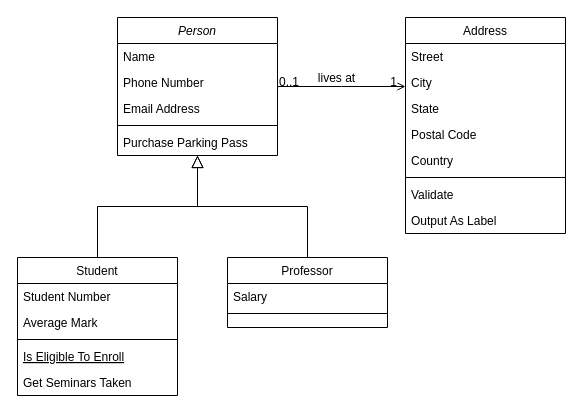
Before: Class Diagram.drawio in EdZ543/Cookie-Clicker-Simulation, a draw.io diagram. Source tidied: cells renumbered, new cells numbered last; positions are measured from the earlier drawing's top-left corner, leaving out a move shared by most shapes. Both pictures are drawn from the tidied source at 100%, with x=0, y=0 at pixel (17, 17).
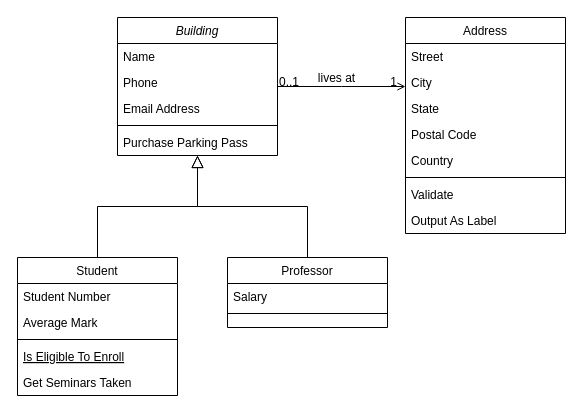
The same page after the edit.

What changed in the source:
```diff
@@
-    <mxCell id="2" value="Person" style="swimlane;fontStyle=2;align=center;verticalAlign=top;horizontal=1;startSize=26;rounded=0;shadow=0;strokeWidth=1;" parent="1" vertex="1">
+    <mxCell id="2" value="Building" style="swimlane;fontStyle=2;align=center;verticalAlign=top;horizontal=1;startSize=26;rounded=0;shadow=0;strokeWidth=1;" parent="1" vertex="1">
       <mxGeometry x="100" width="160" height="138" as="geometry" />
     </mxCell>
@@
-    <mxCell id="4" value="Phone Number" style="text;align=left;verticalAlign=top;spacingLeft=4;spacingRight=4;overflow=hidden;rounded=0;shadow=0;html=0;" parent="2" vertex="1">
+    <mxCell id="4" value="Phone" style="text;align=left;verticalAlign=top;spacingLeft=4;spacingRight=4;overflow=hidden;rounded=0;shadow=0;html=0;" parent="2" vertex="1">
       <mxGeometry y="52" width="160" height="26" as="geometry" />
     </mxCell>
```
